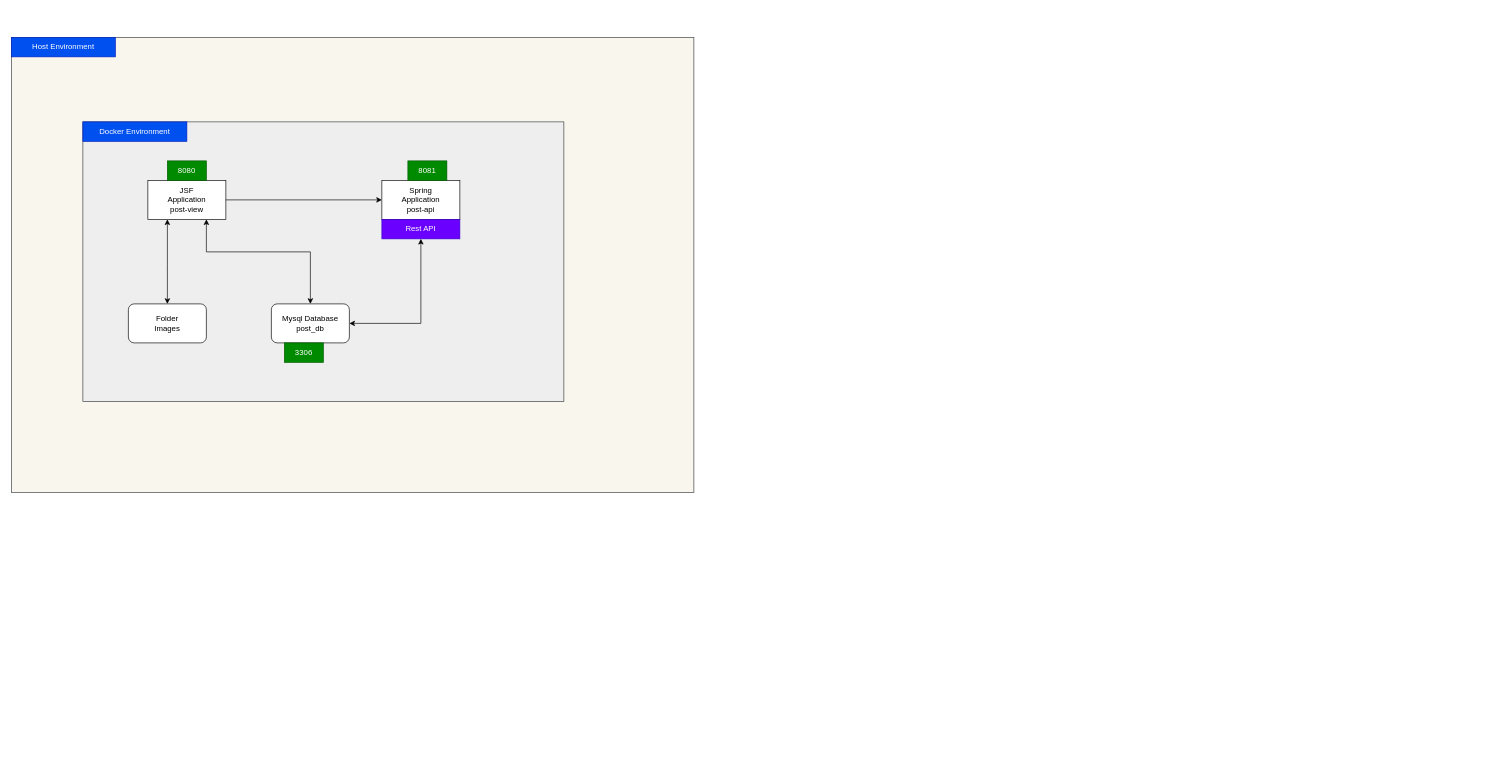
blackcatcoder/docker-kubernetes keeps this draw.io diagram as post-app/diagram.drawio. Above is the earlier version. Source tidied: cells renumbered, new cells numbered last; positions are measured from the earlier drawing's top-left corner, leaving out a move shared by most shapes. Both pictures are drawn from the tidied source at 65%, with x=0, y=0 at pixel (11, 37).
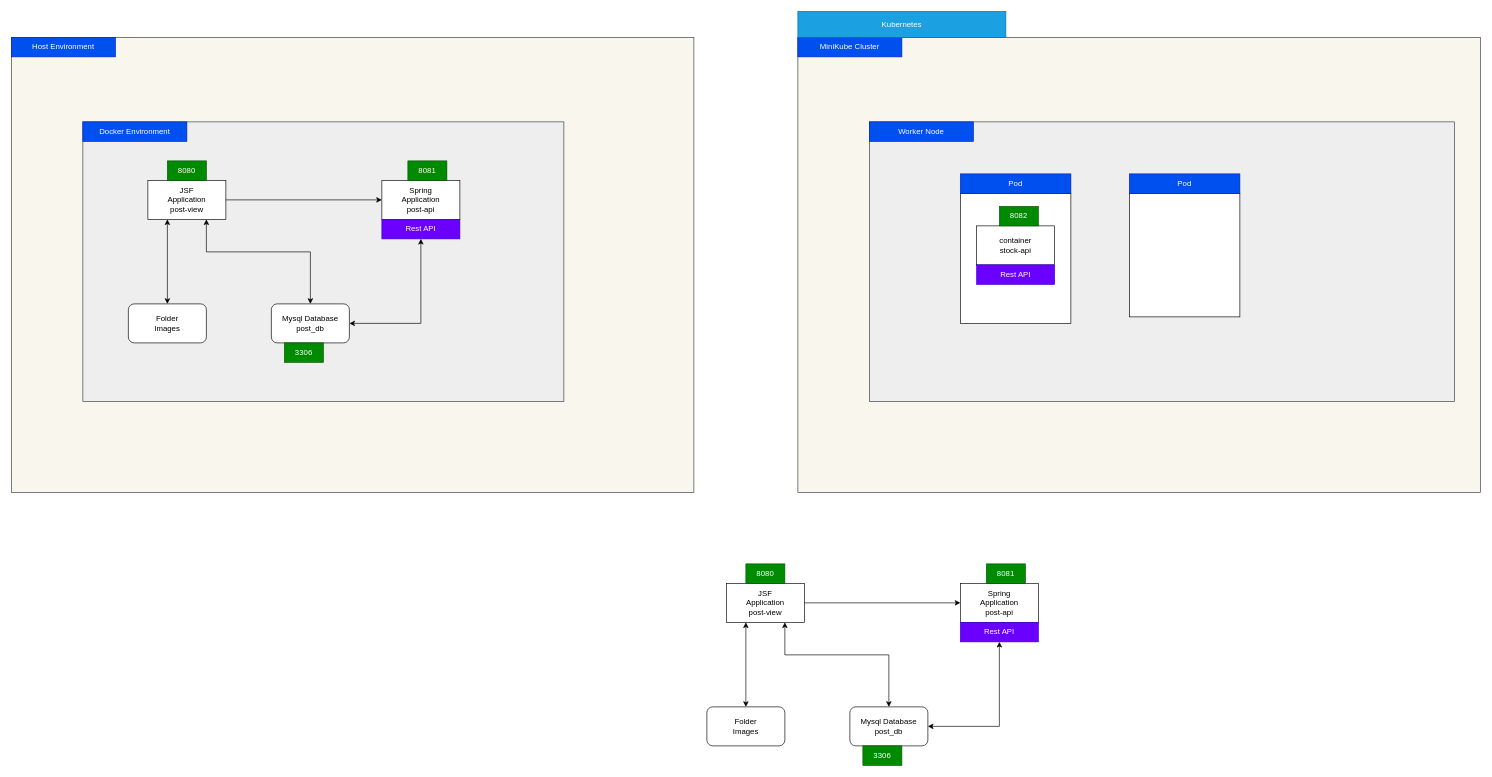
Above is the later version.

Diff of the diagram source:
```diff
@@
+    <mxCell id="18" style="rounded=0;whiteSpace=wrap;html=1;fillColor=#f9f7ed;strokeColor=#36393d;" parent="1" vertex="1">
+      <mxGeometry x="1210" width="1050" height="700" as="geometry" />
+    </mxCell>
+    <mxCell id="19" style="rounded=0;whiteSpace=wrap;html=1;fillColor=#eeeeee;strokeColor=#36393d;" parent="1" vertex="1">
+      <mxGeometry x="1320" y="130" width="900" height="430" as="geometry" />
+    </mxCell>
+    <mxCell id="20" style="rounded=0;whiteSpace=wrap;html=1;" parent="1" vertex="1">
+      <mxGeometry x="1460" y="240" width="170" height="200" as="geometry" />
+    </mxCell>
@@
+    <mxCell id="21" value="JSF&lt;br&gt;Application&lt;br&gt;post-view" style="rounded=0;whiteSpace=wrap;html=1;" parent="1" vertex="1">
+      <mxGeometry x="1100" y="840" width="120" height="60" as="geometry" />
+    </mxCell>
+    <mxCell id="22" value="Mysql Database&lt;br&gt;post_db" style="rounded=1;whiteSpace=wrap;html=1;" parent="1" vertex="1">
+      <mxGeometry x="1290" y="1030" width="120" height="60" as="geometry" />
+    </mxCell>
+    <mxCell id="23" value="Folder&lt;br&gt;Images" style="rounded=1;whiteSpace=wrap;html=1;" parent="1" vertex="1">
+      <mxGeometry x="1070" y="1030" width="120" height="60" as="geometry" />
+    </mxCell>
+    <mxCell id="24" value="Spring&lt;br&gt;Application&lt;br&gt;post-api" style="rounded=0;whiteSpace=wrap;html=1;" parent="1" vertex="1">
+      <mxGeometry x="1460" y="840" width="120" height="60" as="geometry" />
+    </mxCell>
+    <mxCell id="25" style="endArrow=classic;startArrow=classic;html=1;rounded=0;entryX=0.75;entryY=1;entryDx=0;entryDy=0;exitX=0.5;exitY=0;exitDx=0;exitDy=0;" parent="1" edge="1" source="22" target="21">
+      <mxGeometry relative="1" as="geometry">
+        <Array as="points">
+          <mxPoint x="1350" y="950" />
+          <mxPoint x="1190" y="950" />
+        </Array>
+      </mxGeometry>
+    </mxCell>
+    <mxCell id="26" value="8080" style="text;html=1;strokeColor=#005700;fillColor=#008a00;align=center;verticalAlign=middle;whiteSpace=wrap;rounded=0;fontColor=#ffffff;" parent="1" vertex="1">
+      <mxGeometry x="1130" y="810" width="60" height="30" as="geometry" />
+    </mxCell>
+    <mxCell id="27" value="8081" style="text;html=1;strokeColor=#005700;fillColor=#008a00;align=center;verticalAlign=middle;whiteSpace=wrap;rounded=0;fontColor=#ffffff;" parent="1" vertex="1">
+      <mxGeometry x="1500" y="810" width="60" height="30" as="geometry" />
+    </mxCell>
+    <mxCell id="28" style="endArrow=classic;startArrow=classic;html=1;rounded=0;entryX=0.25;entryY=1;entryDx=0;entryDy=0;exitX=0.5;exitY=0;exitDx=0;exitDy=0;" parent="1" edge="1" source="23" target="21">
+      <mxGeometry relative="1" as="geometry">
+        <Array as="points">
+          <mxPoint x="1130" y="970" />
+        </Array>
+      </mxGeometry>
+    </mxCell>
+    <mxCell id="29" style="endArrow=classic;html=1;rounded=0;entryX=0;entryY=0.5;entryDx=0;entryDy=0;" parent="1" edge="1" source="21" target="24">
+      <mxGeometry relative="1" as="geometry" />
+    </mxCell>
+    <mxCell id="30" value="3306" style="text;html=1;strokeColor=#005700;fillColor=#008a00;align=center;verticalAlign=middle;whiteSpace=wrap;rounded=0;fontColor=#ffffff;" parent="1" vertex="1">
+      <mxGeometry x="1310" y="1090" width="60" height="30" as="geometry" />
+    </mxCell>
+    <mxCell id="31" value="Rest API" style="text;html=1;strokeColor=#3700CC;fillColor=#6a00ff;align=center;verticalAlign=middle;whiteSpace=wrap;rounded=0;fontColor=#ffffff;" parent="1" vertex="1">
+      <mxGeometry x="1460" y="900" width="120" height="30" as="geometry" />
+    </mxCell>
+    <mxCell id="32" value="Worker Node" style="text;html=1;strokeColor=#001DBC;fillColor=#0050ef;align=center;verticalAlign=middle;whiteSpace=wrap;rounded=0;fontColor=#ffffff;" parent="1" vertex="1">
+      <mxGeometry x="1320" y="130" width="160" height="30" as="geometry" />
+    </mxCell>
+    <mxCell id="33" value="MiniKube Cluster" style="text;html=1;strokeColor=#001DBC;fillColor=#0050ef;align=center;verticalAlign=middle;whiteSpace=wrap;rounded=0;fontColor=#ffffff;" parent="1" vertex="1">
+      <mxGeometry x="1210" width="160" height="30" as="geometry" />
+    </mxCell>
+    <mxCell id="34" style="endArrow=classic;startArrow=classic;html=1;rounded=0;entryX=0.5;entryY=1;entryDx=0;entryDy=0;exitX=1;exitY=0.5;exitDx=0;exitDy=0;" parent="1" edge="1" source="22">
+      <mxGeometry relative="1" as="geometry">
+        <mxPoint x="1520" y="930" as="targetPoint" />
+        <Array as="points">
+          <mxPoint x="1520" y="1060" />
+        </Array>
+      </mxGeometry>
+    </mxCell>
+    <mxCell id="35" value="Kubernetes" style="text;html=1;strokeColor=#006EAF;fillColor=#1ba1e2;align=center;verticalAlign=middle;whiteSpace=wrap;rounded=0;fontColor=#ffffff;" parent="1" vertex="1">
+      <mxGeometry x="1210" y="-40" width="320" height="40" as="geometry" />
+    </mxCell>
+    <mxCell id="36" value="container&lt;br&gt;stock-api" style="rounded=0;whiteSpace=wrap;html=1;" parent="1" vertex="1">
+      <mxGeometry x="1485" y="290" width="120" height="60" as="geometry" />
+    </mxCell>
+    <mxCell id="37" value="Rest API" style="text;html=1;strokeColor=#3700CC;fillColor=#6a00ff;align=center;verticalAlign=middle;whiteSpace=wrap;rounded=0;fontColor=#ffffff;" parent="1" vertex="1">
+      <mxGeometry x="1485" y="350" width="120" height="30" as="geometry" />
+    </mxCell>
+    <mxCell id="38" value="8082" style="text;html=1;strokeColor=#005700;fillColor=#008a00;align=center;verticalAlign=middle;whiteSpace=wrap;rounded=0;fontColor=#ffffff;" parent="1" vertex="1">
+      <mxGeometry x="1520" y="260" width="60" height="30" as="geometry" />
+    </mxCell>
+    <mxCell id="39" value="Pod" style="text;html=1;strokeColor=#001DBC;fillColor=#0050ef;align=center;verticalAlign=middle;whiteSpace=wrap;rounded=0;fontColor=#ffffff;" parent="1" vertex="1">
+      <mxGeometry x="1460" y="210" width="170" height="30" as="geometry" />
+    </mxCell>
+    <mxCell id="40" style="rounded=0;whiteSpace=wrap;html=1;" parent="1" vertex="1">
+      <mxGeometry x="1720" y="240" width="170" height="190" as="geometry" />
+    </mxCell>
+    <mxCell id="41" value="Pod" style="text;html=1;strokeColor=#001DBC;fillColor=#0050ef;align=center;verticalAlign=middle;whiteSpace=wrap;rounded=0;fontColor=#ffffff;" parent="1" vertex="1">
+      <mxGeometry x="1720" y="210" width="170" height="30" as="geometry" />
+    </mxCell>
```
